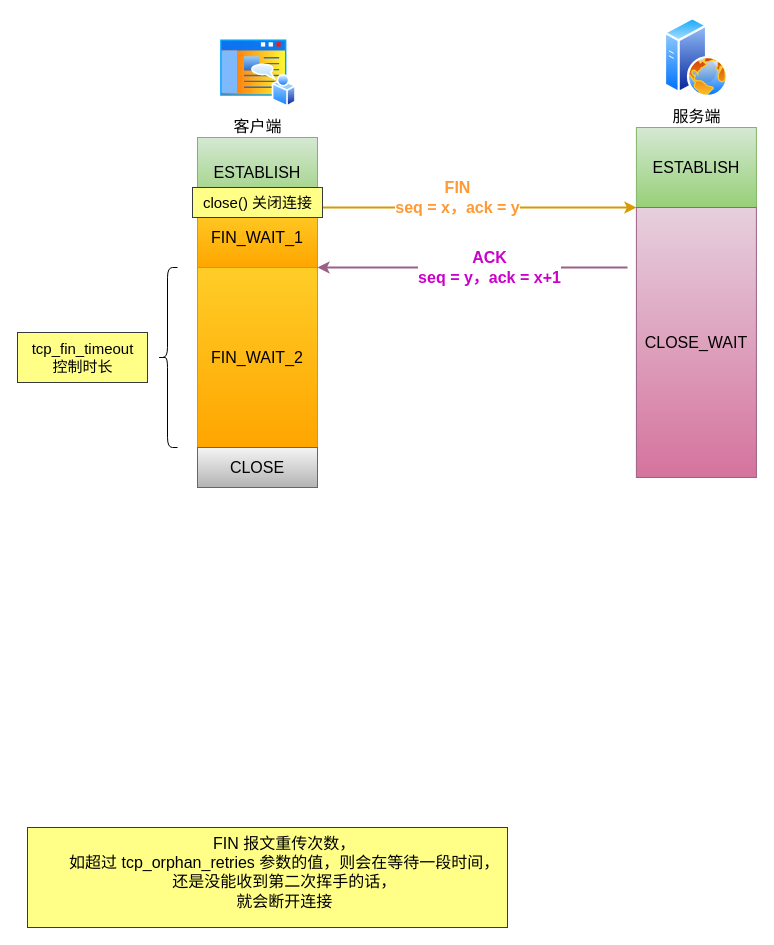
Earlier version of the draw.io diagram 网络/fin_wait_2.drawio (xiaolincoder/ImageHost4). Source tidied: cells renumbered, new cells numbered last; positions are measured from the earlier drawing's top-left corner, leaving out a move shared by most shapes. Both pictures are drawn from the tidied source at 100%, with x=0, y=0 at pixel (17, 17).
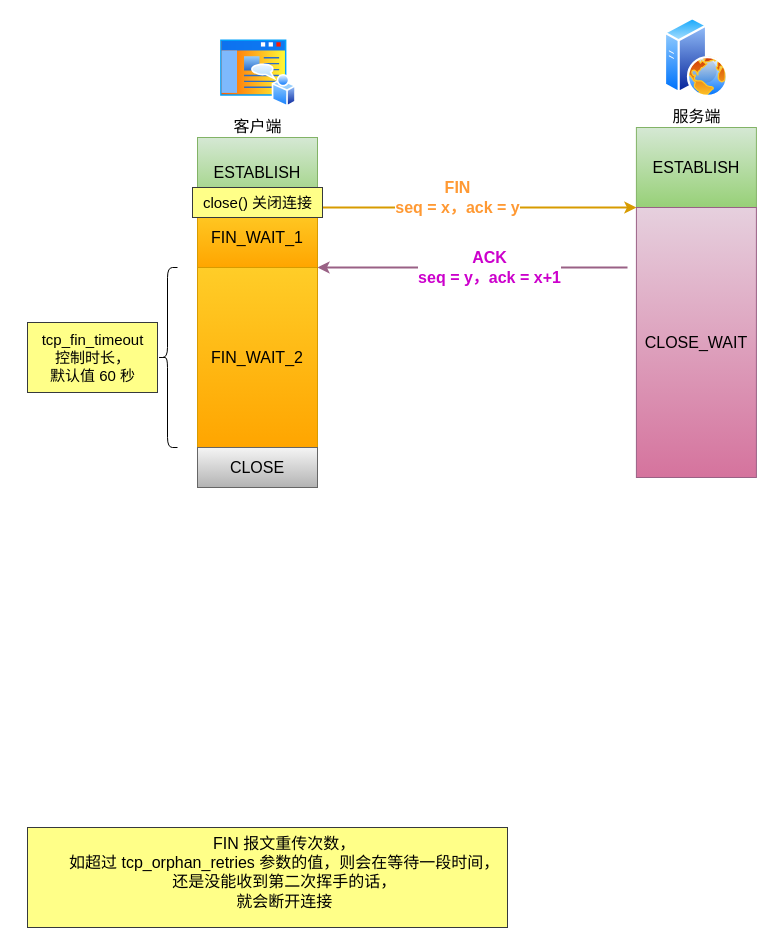
After the change.

The edit, as a diff of the source:
```diff
@@
 <mxGraphModel>
   <root>
     <mxCell id="0" />
     <mxCell id="1" parent="0" />
     <mxCell id="2" value="ESTABLISH" style="rounded=0;whiteSpace=wrap;html=1;fontSize=16;fillColor=#d5e8d4;strokeColor=#82b366;gradientColor=#97d077;" parent="1" vertex="1">
       <mxGeometry x="180" y="120" width="120" height="70" as="geometry" />
     </mxCell>
     <mxCell id="3" value="客户端" style="perimeter=ellipsePerimeter;html=1;align=center;shadow=0;dashed=0;spacingTop=3;image;image=img/lib/active_directory/home_page.svg;fontSize=16;" parent="1" vertex="1">
       <mxGeometry x="201.1" y="20" width="77.8" height="70" as="geometry" />
     </mxCell>
     <mxCell id="4" value="服务端" style="perimeter=ellipsePerimeter;html=1;align=center;shadow=0;dashed=0;spacingTop=3;image;image=img/lib/active_directory/web_server.svg;fontSize=16;" parent="1" vertex="1">
       <mxGeometry x="646.9" width="64" height="80" as="geometry" />
     </mxCell>
     <mxCell id="5" value="ESTABLISH" style="rounded=0;whiteSpace=wrap;html=1;fontSize=16;fillColor=#d5e8d4;strokeColor=#82b366;gradientColor=#97d077;" parent="1" vertex="1">
       <mxGeometry x="618.9" y="110" width="120" height="80" as="geometry" />
     </mxCell>
     <mxCell id="6" value="FIN_WAIT_1" style="rounded=0;whiteSpace=wrap;html=1;fontSize=16;fillColor=#ffcd28;strokeColor=#d79b00;gradientColor=#ffa500;" parent="1" vertex="1">
       <mxGeometry x="180" y="190" width="120" height="60" as="geometry" />
     </mxCell>
     <mxCell id="7" value="&lt;b style=&quot;color: rgb(255, 153, 51); font-size: 16px;&quot;&gt;FIN&lt;br style=&quot;font-size: 16px;&quot;&gt;seq = x，ack = y&lt;/b&gt;" style="rounded=0;jettySize=auto;html=1;fontSize=16;exitX=1;exitY=0;exitDx=0;exitDy=0;fillColor=#ffcd28;gradientColor=#ffa500;strokeColor=#d79b00;strokeWidth=2;entryX=0;entryY=1;entryDx=0;entryDy=0;" parent="1" edge="1" target="5">
       <mxGeometry x="-0.12" y="10" relative="1" as="geometry">
         <mxPoint x="300" y="190" as="sourcePoint" />
       </mxGeometry>
     </mxCell>
     <mxCell id="8" value="&lt;blockquote style=&quot;orphans: 2; text-align: center; text-indent: 0px; widows: 2; text-decoration-thickness: initial; text-decoration-style: initial; text-decoration-color: initial; margin: 0px 0px 0px 40px; border: none; padding: 0px; -webkit-text-stroke-width: 0px; word-spacing: 0px; text-transform: none; letter-spacing: normal; font-weight: 400; font-variant-caps: normal; font-variant-ligatures: normal; font-style: normal; font-size: 16px; font-family: Helvetica; color: rgb(0, 0, 0);&quot;&gt;FIN 报文重传次数，&lt;/blockquote&gt;&lt;blockquote style=&quot;orphans: 2; text-align: center; text-indent: 0px; widows: 2; text-decoration-thickness: initial; text-decoration-style: initial; text-decoration-color: initial; margin: 0px 0px 0px 40px; border: none; padding: 0px;&quot;&gt;如超过 tcp_orphan_retries&amp;nbsp;参数的值，&lt;span style=&quot;color: rgb(0, 0, 0); font-family: Helvetica; font-size: 16px; font-style: normal; font-variant-ligatures: normal; font-variant-caps: normal; font-weight: 400; letter-spacing: normal; text-transform: none; word-spacing: 0px; -webkit-text-stroke-width: 0px;&quot;&gt;则会在等待一段时间，&lt;/span&gt;&lt;/blockquote&gt;&lt;blockquote style=&quot;font-family: Helvetica; font-size: 16px; font-style: normal; font-variant-ligatures: normal; font-variant-caps: normal; font-weight: 400; letter-spacing: normal; orphans: 2; text-align: center; text-indent: 0px; text-transform: none; widows: 2; word-spacing: 0px; -webkit-text-stroke-width: 0px; text-decoration-thickness: initial; text-decoration-style: initial; text-decoration-color: initial; color: rgb(0, 0, 0); margin: 0px 0px 0px 40px; border: none; padding: 0px;&quot;&gt;还是没能收到第二次挥手的话，&lt;/blockquote&gt;&lt;blockquote style=&quot;font-family: Helvetica; font-size: 16px; font-style: normal; font-variant-ligatures: normal; font-variant-caps: normal; font-weight: 400; letter-spacing: normal; orphans: 2; text-align: center; text-indent: 0px; text-transform: none; widows: 2; word-spacing: 0px; -webkit-text-stroke-width: 0px; text-decoration-thickness: initial; text-decoration-style: initial; text-decoration-color: initial; color: rgb(0, 0, 0); margin: 0px 0px 0px 40px; border: none; padding: 0px;&quot;&gt;就会断开连接&lt;/blockquote&gt;" style="text;whiteSpace=wrap;html=1;fontSize=16;fillColor=#ffff88;strokeColor=#36393d;labelBackgroundColor=none;" parent="1" vertex="1">
       <mxGeometry x="10" y="810" width="480" height="100" as="geometry" />
     </mxCell>
     <mxCell id="9" value="CLOSE_WAIT" style="rounded=0;whiteSpace=wrap;html=1;fontSize=16;fillColor=#e6d0de;strokeColor=#996185;gradientColor=#d5739d;" parent="1" vertex="1">
       <mxGeometry x="618.9" y="190" width="120" height="270" as="geometry" />
     </mxCell>
     <mxCell id="10" value="&lt;b style=&quot;font-size: 16px;&quot;&gt;&lt;font color=&quot;#cc00cc&quot;&gt;ACK&lt;br style=&quot;font-size: 16px;&quot;&gt;seq = y，ack = x+1&lt;/font&gt;&lt;/b&gt;" style="rounded=0;jettySize=auto;html=1;fontSize=16;fillColor=#e6d0de;gradientColor=#d5739d;strokeColor=#996185;strokeWidth=2;entryX=1;entryY=1;entryDx=0;entryDy=0;" parent="1" edge="1" target="6">
       <mxGeometry x="-0.11" relative="1" as="geometry">
         <mxPoint x="610" y="250" as="sourcePoint" />
       </mxGeometry>
     </mxCell>
     <mxCell id="11" value="FIN_WAIT_2" style="rounded=0;whiteSpace=wrap;html=1;fontSize=16;fillColor=#ffcd28;strokeColor=#d79b00;gradientColor=#ffa500;" parent="1" vertex="1">
       <mxGeometry x="180" y="250" width="120" height="180" as="geometry" />
     </mxCell>
     <mxCell id="12" value="close() 关闭连接" style="text;html=1;align=center;verticalAlign=middle;strokeColor=#36393d;fillColor=#ffff88;fontSize=15;" parent="1" vertex="1">
       <mxGeometry x="175" y="170" width="130" height="30" as="geometry" />
     </mxCell>
     <mxCell id="13" style="shape=curlyBracket;whiteSpace=wrap;html=1;rounded=1;fontSize=15;" parent="1" vertex="1">
       <mxGeometry x="140" y="250" width="20" height="180" as="geometry" />
     </mxCell>
-    <mxCell id="14" value="tcp_fin_timeout &lt;br&gt;控制时长" style="text;html=1;align=center;verticalAlign=middle;strokeColor=#36393d;fillColor=#ffff88;fontSize=15;" parent="1" vertex="1">
-      <mxGeometry y="315" width="130" height="50" as="geometry" />
+    <mxCell id="14" value="tcp_fin_timeout &lt;br&gt;控制时长，&lt;br&gt;默认值 60 秒" style="text;html=1;align=center;verticalAlign=middle;strokeColor=#36393d;fillColor=#ffff88;fontSize=15;" parent="1" vertex="1">
+      <mxGeometry x="10" y="305" width="130" height="70" as="geometry" />
     </mxCell>
     <mxCell id="15" value="CLOSE" style="rounded=0;whiteSpace=wrap;html=1;fontSize=16;fillColor=#f5f5f5;strokeColor=#666666;gradientColor=#b3b3b3;" parent="1" vertex="1">
       <mxGeometry x="180" y="430" width="120" height="40" as="geometry" />
     </mxCell>
   </root>
 </mxGraphModel>
```
